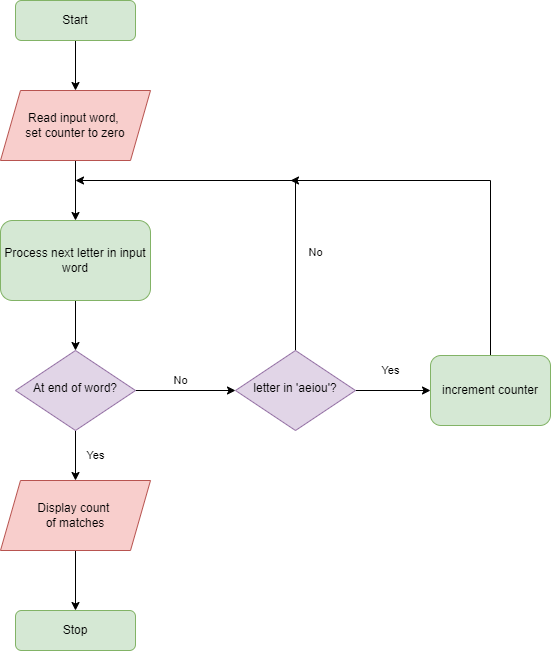
kgemson/rstudio keeps this draw.io diagram as Python/Computer Programming 1 - 2.3.drawio.png. Above is the earlier version. Source tidied: cells renumbered, new cells last; positions are measured from the earlier drawing's top-left corner, leaving out a move shared by most shapes. Source of this version:
```xml
<mxGraphModel>
  <root>
    <mxCell id="0" />
    <mxCell id="1" parent="0" />
    <mxCell id="2" style="edgeStyle=orthogonalEdgeStyle;rounded=0;jettySize=auto;html=1;exitX=0.5;exitY=1;exitDx=0;exitDy=0;entryX=0.5;entryY=0;entryDx=0;entryDy=0;" parent="1" edge="1" source="3" target="9">
      <mxGeometry relative="1" as="geometry" />
    </mxCell>
    <mxCell id="3" value="Start" style="rounded=1;whiteSpace=wrap;html=1;fontSize=12;glass=0;strokeWidth=1;shadow=0;fillColor=#d5e8d4;strokeColor=#82b366;" parent="1" vertex="1">
      <mxGeometry x="15" width="120" height="40" as="geometry" />
    </mxCell>
    <mxCell id="4" value="Yes" style="edgeStyle=orthogonalEdgeStyle;rounded=0;jettySize=auto;html=1;entryX=0.5;entryY=0;entryDx=0;entryDy=0;" parent="1" edge="1" source="6" target="13">
      <mxGeometry y="20" relative="1" as="geometry" />
    </mxCell>
    <mxCell id="5" value="No" style="edgeStyle=orthogonalEdgeStyle;rounded=0;jettySize=auto;html=1;exitX=1;exitY=0.5;exitDx=0;exitDy=0;" parent="1" edge="1" source="6" target="18">
      <mxGeometry x="-0.1" y="10" relative="1" as="geometry" />
    </mxCell>
    <mxCell id="6" value="At end of word?" style="rhombus;whiteSpace=wrap;html=1;shadow=0;fontFamily=Helvetica;fontSize=12;align=center;strokeWidth=1;spacing=6;spacingTop=-4;fillColor=#e1d5e7;strokeColor=#9673a6;" parent="1" vertex="1">
      <mxGeometry x="15" y="350" width="120" height="80" as="geometry" />
    </mxCell>
    <mxCell id="7" value="Stop" style="rounded=1;whiteSpace=wrap;html=1;fontSize=12;glass=0;strokeWidth=1;shadow=0;fillColor=#d5e8d4;strokeColor=#82b366;" parent="1" vertex="1">
      <mxGeometry x="15" y="610" width="120" height="40" as="geometry" />
    </mxCell>
    <mxCell id="8" style="edgeStyle=orthogonalEdgeStyle;rounded=0;jettySize=auto;html=1;exitX=0.5;exitY=1;exitDx=0;exitDy=0;entryX=0.5;entryY=0;entryDx=0;entryDy=0;" parent="1" edge="1" source="9" target="11">
      <mxGeometry relative="1" as="geometry" />
    </mxCell>
    <mxCell id="9" value="Read input word, &lt;br&gt;set counter to zero" style="shape=parallelogram;perimeter=parallelogramPerimeter;whiteSpace=wrap;html=1;fixedSize=1;fillColor=#f8cecc;strokeColor=#b85450;" parent="1" vertex="1">
      <mxGeometry y="90" width="150" height="70" as="geometry" />
    </mxCell>
    <mxCell id="10" style="edgeStyle=orthogonalEdgeStyle;rounded=0;jettySize=auto;html=1;" parent="1" edge="1" source="11" target="6">
      <mxGeometry relative="1" as="geometry" />
    </mxCell>
    <mxCell id="11" value="Process next letter in input word" style="rounded=1;whiteSpace=wrap;html=1;fontSize=12;glass=0;strokeWidth=1;shadow=0;fillColor=#d5e8d4;strokeColor=#82b366;" parent="1" vertex="1">
      <mxGeometry y="220" width="150" height="80" as="geometry" />
    </mxCell>
    <mxCell id="12" style="edgeStyle=orthogonalEdgeStyle;rounded=0;jettySize=auto;html=1;" parent="1" edge="1" source="13" target="7">
      <mxGeometry relative="1" as="geometry" />
    </mxCell>
    <mxCell id="13" value="Display count &lt;br&gt;of matches" style="shape=parallelogram;perimeter=parallelogramPerimeter;whiteSpace=wrap;html=1;fixedSize=1;fillColor=#f8cecc;strokeColor=#b85450;" parent="1" vertex="1">
      <mxGeometry y="480" width="150" height="70" as="geometry" />
    </mxCell>
    <mxCell id="14" style="edgeStyle=orthogonalEdgeStyle;rounded=0;jettySize=auto;html=1;" parent="1" edge="1" source="15">
      <mxGeometry relative="1" as="geometry">
        <mxPoint x="290" y="180" as="targetPoint" />
        <Array as="points">
          <mxPoint x="490" y="180" />
        </Array>
      </mxGeometry>
    </mxCell>
    <mxCell id="15" value="increment counter" style="rounded=1;whiteSpace=wrap;html=1;fontSize=12;glass=0;strokeWidth=1;shadow=0;fillColor=#d5e8d4;strokeColor=#82b366;" parent="1" vertex="1">
      <mxGeometry x="430" y="355" width="120" height="70" as="geometry" />
    </mxCell>
    <mxCell id="16" value="No" style="edgeStyle=orthogonalEdgeStyle;rounded=0;jettySize=auto;html=1;exitX=0.5;exitY=0;exitDx=0;exitDy=0;" parent="1" edge="1" source="18">
      <mxGeometry x="-0.5" y="-20" relative="1" as="geometry">
        <mxPoint x="75" y="180" as="targetPoint" />
        <Array as="points">
          <mxPoint x="295" y="180" />
        </Array>
      </mxGeometry>
    </mxCell>
    <mxCell id="17" value="Yes" style="edgeStyle=orthogonalEdgeStyle;rounded=0;jettySize=auto;html=1;entryX=0;entryY=0.5;entryDx=0;entryDy=0;" parent="1" edge="1" source="18" target="15">
      <mxGeometry x="-0.07" y="20" relative="1" as="geometry" />
    </mxCell>
    <mxCell id="18" value="letter in 'aeiou'?" style="rhombus;whiteSpace=wrap;html=1;shadow=0;fontFamily=Helvetica;fontSize=12;align=center;strokeWidth=1;spacing=6;spacingTop=-4;fillColor=#e1d5e7;strokeColor=#9673a6;" parent="1" vertex="1">
      <mxGeometry x="235" y="350" width="120" height="80" as="geometry" />
    </mxCell>
  </root>
</mxGraphModel>
```
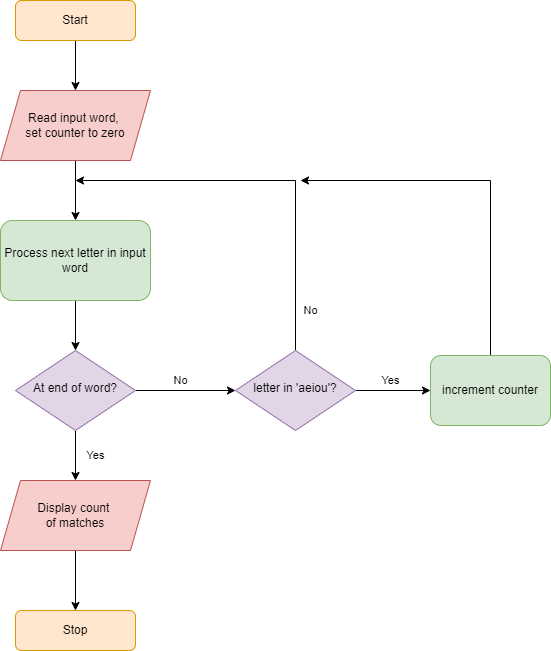
The same file after the commit.

Diff of the diagram source:
```diff
@@ -5,7 +5,7 @@
     <mxCell id="2" style="edgeStyle=orthogonalEdgeStyle;rounded=0;jettySize=auto;html=1;exitX=0.5;exitY=1;exitDx=0;exitDy=0;entryX=0.5;entryY=0;entryDx=0;entryDy=0;" parent="1" edge="1" source="3" target="9">
       <mxGeometry relative="1" as="geometry" />
     </mxCell>
-    <mxCell id="3" value="Start" style="rounded=1;whiteSpace=wrap;html=1;fontSize=12;glass=0;strokeWidth=1;shadow=0;fillColor=#d5e8d4;strokeColor=#82b366;" parent="1" vertex="1">
+    <mxCell id="3" value="Start" style="rounded=1;whiteSpace=wrap;html=1;fontSize=12;glass=0;strokeWidth=1;shadow=0;fillColor=#ffe6cc;strokeColor=#d79b00;" parent="1" vertex="1">
       <mxGeometry x="15" width="120" height="40" as="geometry" />
     </mxCell>
     <mxCell id="4" value="Yes" style="edgeStyle=orthogonalEdgeStyle;rounded=0;jettySize=auto;html=1;entryX=0.5;entryY=0;entryDx=0;entryDy=0;" parent="1" edge="1" source="6" target="13">
@@ -17,7 +17,7 @@
     <mxCell id="6" value="At end of word?" style="rhombus;whiteSpace=wrap;html=1;shadow=0;fontFamily=Helvetica;fontSize=12;align=center;strokeWidth=1;spacing=6;spacingTop=-4;fillColor=#e1d5e7;strokeColor=#9673a6;" parent="1" vertex="1">
       <mxGeometry x="15" y="350" width="120" height="80" as="geometry" />
     </mxCell>
-    <mxCell id="7" value="Stop" style="rounded=1;whiteSpace=wrap;html=1;fontSize=12;glass=0;strokeWidth=1;shadow=0;fillColor=#d5e8d4;strokeColor=#82b366;" parent="1" vertex="1">
+    <mxCell id="7" value="Stop" style="rounded=1;whiteSpace=wrap;html=1;fontSize=12;glass=0;strokeWidth=1;shadow=0;fillColor=#ffe6cc;strokeColor=#d79b00;" parent="1" vertex="1">
       <mxGeometry x="15" y="610" width="120" height="40" as="geometry" />
     </mxCell>
     <mxCell id="8" style="edgeStyle=orthogonalEdgeStyle;rounded=0;jettySize=auto;html=1;exitX=0.5;exitY=1;exitDx=0;exitDy=0;entryX=0.5;entryY=0;entryDx=0;entryDy=0;" parent="1" edge="1" source="9" target="11">
@@ -40,7 +40,7 @@
     </mxCell>
     <mxCell id="14" style="edgeStyle=orthogonalEdgeStyle;rounded=0;jettySize=auto;html=1;" parent="1" edge="1" source="15">
       <mxGeometry relative="1" as="geometry">
-        <mxPoint x="290" y="180" as="targetPoint" />
+        <mxPoint x="300" y="180" as="targetPoint" />
         <Array as="points">
           <mxPoint x="490" y="180" />
         </Array>
@@ -50,7 +50,7 @@
       <mxGeometry x="430" y="355" width="120" height="70" as="geometry" />
     </mxCell>
     <mxCell id="16" value="No" style="edgeStyle=orthogonalEdgeStyle;rounded=0;jettySize=auto;html=1;exitX=0.5;exitY=0;exitDx=0;exitDy=0;" parent="1" edge="1" source="18">
-      <mxGeometry x="-0.5" y="-20" relative="1" as="geometry">
+      <mxGeometry x="-0.79" y="-15" relative="1" as="geometry">
         <mxPoint x="75" y="180" as="targetPoint" />
         <Array as="points">
           <mxPoint x="295" y="180" />
@@ -58,7 +58,7 @@
       </mxGeometry>
     </mxCell>
     <mxCell id="17" value="Yes" style="edgeStyle=orthogonalEdgeStyle;rounded=0;jettySize=auto;html=1;entryX=0;entryY=0.5;entryDx=0;entryDy=0;" parent="1" edge="1" source="18" target="15">
-      <mxGeometry x="-0.07" y="20" relative="1" as="geometry" />
+      <mxGeometry x="-0.07" y="10" relative="1" as="geometry" />
     </mxCell>
     <mxCell id="18" value="letter in 'aeiou'?" style="rhombus;whiteSpace=wrap;html=1;shadow=0;fontFamily=Helvetica;fontSize=12;align=center;strokeWidth=1;spacing=6;spacingTop=-4;fillColor=#e1d5e7;strokeColor=#9673a6;" parent="1" vertex="1">
       <mxGeometry x="235" y="350" width="120" height="80" as="geometry" />
```
